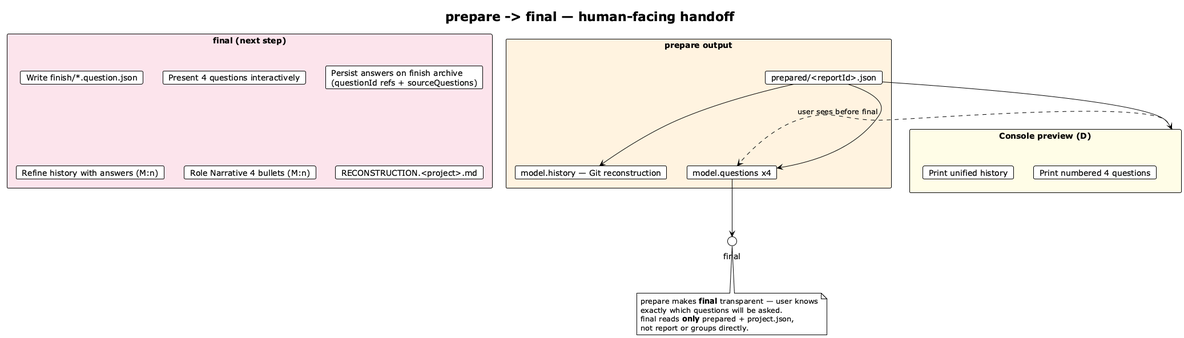
vzakharchenko/dev-workgraph keeps this PlantUML diagram as img/prepare-to-final.png. Above is the earlier version. Its diagram source:
```plantuml
@startuml prepare-to-final
!theme plain
skinparam shadowing false

title **prepare** -> **final** — human-facing handoff

rectangle "**prepare output**" #FFF3E0 {
  card "prepared/<reportId>.json" as P
  card "model.history — Git reconstruction" as H
  card "model.questions x4" as Q
}

rectangle "**Console preview (D)**" as PREV #FFFDE7 {
  card "Print unified history"
  card "Print numbered 4 questions"
}

rectangle "**final (next step)**" #FCE4EC {
  card "Write finish/*.question.json"
  card "Present 4 questions interactively"
  card "Persist answers on finish archive\n(questionId refs + sourceQuestions)"
  card "Refine history with answers (M:n)"
  card "Role Narrative 4 bullets (M:n)"
  card "RECONSTRUCTION.<project>.md"
}

P --> PREV
PREV ..> Q : user sees before final
P --> H
P --> Q
Q --> final

note bottom
  prepare makes **final** transparent — user knows
  exactly which questions will be asked.
  final reads **only** prepared + project.json,
  not report or groups directly.
end note

@enduml
```
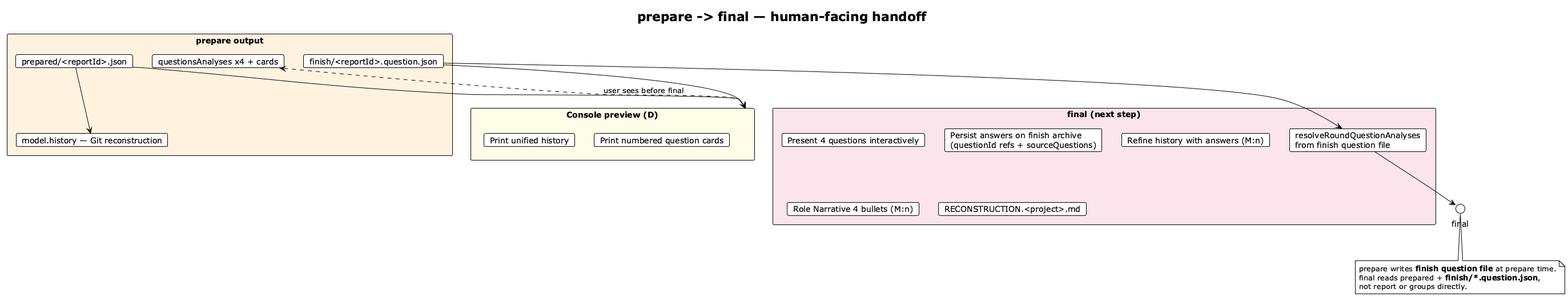
The same diagram one commit later.

Change to the diagram source:
```diff
@@ -6,17 +6,18 @@
 
 rectangle "**prepare output**" #FFF3E0 {
   card "prepared/<reportId>.json" as P
+  card "finish/<reportId>.question.json" as FQ
   card "model.history — Git reconstruction" as H
-  card "model.questions x4" as Q
+  card "questionsAnalyses x4 + cards" as Q
 }
 
 rectangle "**Console preview (D)**" as PREV #FFFDE7 {
   card "Print unified history"
-  card "Print numbered 4 questions"
+  card "Print numbered question cards"
 }
 
 rectangle "**final (next step)**" #FCE4EC {
-  card "Write finish/*.question.json"
+  card "resolveRoundQuestionAnalyses\nfrom finish question file" as LOAD
   card "Present 4 questions interactively"
   card "Persist answers on finish archive\n(questionId refs + sourceQuestions)"
   card "Refine history with answers (M:n)"
@@ -25,15 +26,15 @@
 }
 
 P --> PREV
+FQ --> PREV
 PREV ..> Q : user sees before final
 P --> H
-P --> Q
-Q --> final
+FQ --> LOAD
+LOAD --> final
 
 note bottom
-  prepare makes **final** transparent — user knows
-  exactly which questions will be asked.
-  final reads **only** prepared + project.json,
+  prepare writes **finish question file** at prepare time.
+  final reads prepared + **finish/*.question.json**,
   not report or groups directly.
 end note
 
```
